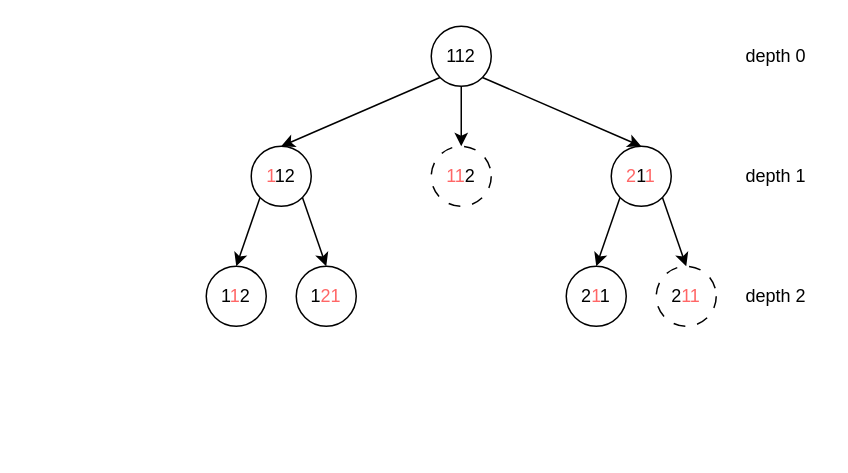
This is page "permutations-ii" (6 of 6) of BackTracking.drawio from HongyuanH/diagrams, a draw.io file, before an edit. Source tidied: cells renumbered, new cells numbered last; positions are measured from the earlier drawing's top-left corner, leaving out a move shared by most shapes. Both pictures are drawn from the tidied source at 150%, with x=0, y=0 at pixel (206, 26).
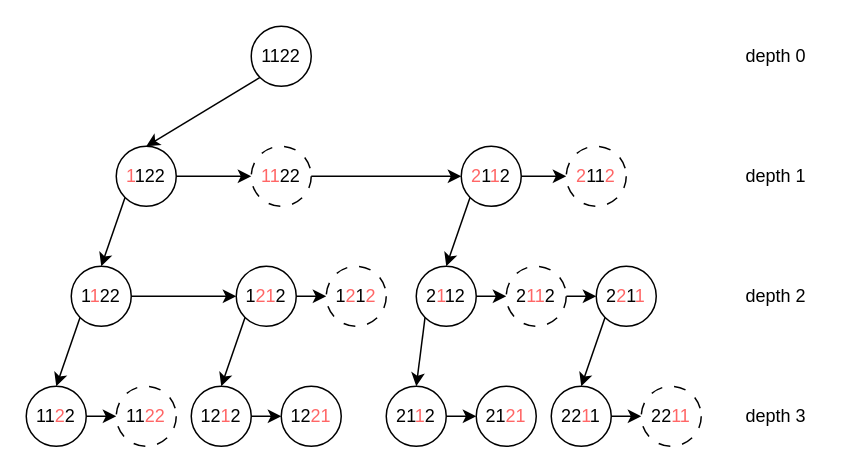
The same diagram, later.

Diff of the diagram source:
```diff
@@
-    <mxCell id="2" style="edgeStyle=none;rounded=0;jettySize=auto;html=1;exitX=0;exitY=1;exitDx=0;exitDy=0;entryX=0.5;entryY=0;entryDx=0;entryDy=0;" parent="1" edge="1" source="4" target="5">
-      <mxGeometry relative="1" as="geometry" />
-    </mxCell>
-    <mxCell id="3" style="edgeStyle=none;rounded=0;jettySize=auto;html=1;exitX=1;exitY=1;exitDx=0;exitDy=0;entryX=0.5;entryY=0;entryDx=0;entryDy=0;" parent="1" edge="1" source="4" target="14">
-      <mxGeometry relative="1" as="geometry" />
-    </mxCell>
-    <mxCell id="4" value="&lt;font color=&quot;#ff6666&quot;&gt;1&lt;/font&gt;12" style="ellipse;whiteSpace=wrap;html=1;" parent="1" vertex="1">
-      <mxGeometry x="30" y="80" width="40" height="40" as="geometry" />
-    </mxCell>
-    <mxCell id="5" value="1&lt;font color=&quot;#ff6666&quot;&gt;1&lt;/font&gt;2" style="ellipse;whiteSpace=wrap;html=1;" parent="1" vertex="1">
-      <mxGeometry y="160" width="40" height="40" as="geometry" />
-    </mxCell>
-    <mxCell id="6" value="&lt;font color=&quot;#ff6666&quot;&gt;11&lt;/font&gt;2" style="ellipse;whiteSpace=wrap;html=1;dashed=1;dashPattern=8 8;" parent="1" vertex="1">
-      <mxGeometry x="150" y="80" width="40" height="40" as="geometry" />
-    </mxCell>
-    <mxCell id="7" style="edgeStyle=none;rounded=0;jettySize=auto;html=1;exitX=0.5;exitY=1;exitDx=0;exitDy=0;entryX=0.5;entryY=0;entryDx=0;entryDy=0;" parent="1" edge="1" source="10" target="6">
-      <mxGeometry relative="1" as="geometry" />
-    </mxCell>
-    <mxCell id="8" style="edgeStyle=none;rounded=0;jettySize=auto;html=1;exitX=0;exitY=1;exitDx=0;exitDy=0;entryX=0.5;entryY=0;entryDx=0;entryDy=0;" parent="1" edge="1" source="10" target="4">
-      <mxGeometry relative="1" as="geometry" />
-    </mxCell>
-    <mxCell id="9" style="edgeStyle=none;rounded=0;jettySize=auto;html=1;exitX=1;exitY=1;exitDx=0;exitDy=0;entryX=0.5;entryY=0;entryDx=0;entryDy=0;" parent="1" edge="1" source="10" target="13">
-      <mxGeometry relative="1" as="geometry" />
-    </mxCell>
-    <mxCell id="10" value="112" style="ellipse;whiteSpace=wrap;html=1;" parent="1" vertex="1">
-      <mxGeometry x="150" width="40" height="40" as="geometry" />
-    </mxCell>
-    <mxCell id="11" style="rounded=0;jettySize=auto;html=1;exitX=0;exitY=1;exitDx=0;exitDy=0;entryX=0.5;entryY=0;entryDx=0;entryDy=0;" parent="1" edge="1" source="13" target="15">
-      <mxGeometry relative="1" as="geometry" />
-    </mxCell>
-    <mxCell id="12" style="rounded=0;jettySize=auto;html=1;exitX=1;exitY=1;exitDx=0;exitDy=0;entryX=0.5;entryY=0;entryDx=0;entryDy=0;" parent="1" edge="1" source="13" target="16">
-      <mxGeometry relative="1" as="geometry" />
-    </mxCell>
-    <mxCell id="13" value="&lt;font color=&quot;#ff6666&quot;&gt;2&lt;/font&gt;1&lt;font color=&quot;#ff6666&quot;&gt;1&lt;/font&gt;" style="ellipse;whiteSpace=wrap;html=1;" parent="1" vertex="1">
-      <mxGeometry x="270" y="80" width="40" height="40" as="geometry" />
-    </mxCell>
-    <mxCell id="14" value="1&lt;font color=&quot;#ff6666&quot;&gt;21&lt;/font&gt;" style="ellipse;whiteSpace=wrap;html=1;" parent="1" vertex="1">
-      <mxGeometry x="60" y="160" width="40" height="40" as="geometry" />
-    </mxCell>
-    <mxCell id="15" value="2&lt;font color=&quot;#ff6666&quot;&gt;1&lt;/font&gt;1" style="ellipse;whiteSpace=wrap;html=1;" parent="1" vertex="1">
-      <mxGeometry x="240" y="160" width="40" height="40" as="geometry" />
-    </mxCell>
-    <mxCell id="16" value="2&lt;font color=&quot;#ff6666&quot;&gt;11&lt;/font&gt;" style="ellipse;whiteSpace=wrap;html=1;dashed=1;dashPattern=8 8;" parent="1" vertex="1">
-      <mxGeometry x="300" y="160" width="40" height="40" as="geometry" />
-    </mxCell>
+    <mxCell id="20" style="edgeStyle=none;rounded=0;jettySize=auto;html=1;exitX=0;exitY=1;exitDx=0;exitDy=0;entryX=0.5;entryY=0;entryDx=0;entryDy=0;" parent="1" edge="1" source="21" target="23">
+      <mxGeometry relative="1" as="geometry" />
+    </mxCell>
+    <mxCell id="21" value="&lt;font color=&quot;#ff6666&quot;&gt;1&lt;/font&gt;122" style="ellipse;whiteSpace=wrap;html=1;" parent="1" vertex="1">
+      <mxGeometry x="-60" y="80" width="40" height="40" as="geometry" />
+    </mxCell>
+    <mxCell id="22" style="edgeStyle=orthogonalEdgeStyle;rounded=0;jettySize=auto;html=1;exitX=1;exitY=0.5;exitDx=0;exitDy=0;entryX=0;entryY=0.5;entryDx=0;entryDy=0;" parent="1" edge="1" source="23" target="38">
+      <mxGeometry relative="1" as="geometry" />
+    </mxCell>
+    <mxCell id="23" value="1&lt;font color=&quot;#ff6666&quot;&gt;1&lt;/font&gt;22" style="ellipse;whiteSpace=wrap;html=1;" parent="1" vertex="1">
+      <mxGeometry x="-90" y="160" width="40" height="40" as="geometry" />
+    </mxCell>
+    <mxCell id="24" value="&lt;font color=&quot;#ff6666&quot;&gt;11&lt;/font&gt;22" style="ellipse;whiteSpace=wrap;html=1;dashed=1;dashPattern=8 8;" parent="1" vertex="1">
+      <mxGeometry x="30" y="80" width="40" height="40" as="geometry" />
+    </mxCell>
+    <mxCell id="25" style="edgeStyle=none;rounded=0;jettySize=auto;html=1;exitX=1;exitY=0.5;exitDx=0;exitDy=0;entryX=0;entryY=0.5;entryDx=0;entryDy=0;" parent="1" edge="1" source="21" target="24">
+      <mxGeometry relative="1" as="geometry" />
+    </mxCell>
+    <mxCell id="26" style="edgeStyle=none;rounded=0;jettySize=auto;html=1;exitX=0;exitY=1;exitDx=0;exitDy=0;entryX=0.5;entryY=0;entryDx=0;entryDy=0;" parent="1" edge="1" source="28" target="21">
+      <mxGeometry relative="1" as="geometry" />
+    </mxCell>
+    <mxCell id="27" style="edgeStyle=none;rounded=0;jettySize=auto;html=1;exitX=1;exitY=0.5;exitDx=0;exitDy=0;entryX=0;entryY=0.5;entryDx=0;entryDy=0;" parent="1" edge="1" source="24" target="30">
+      <mxGeometry relative="1" as="geometry" />
+    </mxCell>
+    <mxCell id="28" value="1122" style="ellipse;whiteSpace=wrap;html=1;" parent="1" vertex="1">
+      <mxGeometry x="30" width="40" height="40" as="geometry" />
+    </mxCell>
+    <mxCell id="29" style="edgeStyle=orthogonalEdgeStyle;rounded=0;jettySize=auto;html=1;exitX=1;exitY=0.5;exitDx=0;exitDy=0;entryX=0;entryY=0.5;entryDx=0;entryDy=0;" parent="1" edge="1" source="30" target="31">
+      <mxGeometry relative="1" as="geometry" />
+    </mxCell>
+    <mxCell id="30" value="&lt;font color=&quot;#ff6666&quot;&gt;2&lt;/font&gt;1&lt;font color=&quot;#ff6666&quot;&gt;1&lt;/font&gt;2" style="ellipse;whiteSpace=wrap;html=1;" parent="1" vertex="1">
+      <mxGeometry x="170" y="80" width="40" height="40" as="geometry" />
+    </mxCell>
@@
+    <mxCell id="31" value="&lt;font color=&quot;#ff6666&quot;&gt;2&lt;/font&gt;11&lt;font color=&quot;#ff6666&quot;&gt;2&lt;/font&gt;" style="ellipse;whiteSpace=wrap;html=1;dashed=1;dashPattern=8 8;" parent="1" vertex="1">
+      <mxGeometry x="240" y="80" width="40" height="40" as="geometry" />
+    </mxCell>
+    <mxCell id="32" style="edgeStyle=orthogonalEdgeStyle;rounded=0;jettySize=auto;html=1;exitX=1;exitY=0.5;exitDx=0;exitDy=0;entryX=0;entryY=0.5;entryDx=0;entryDy=0;" parent="1" edge="1" source="33" target="34">
+      <mxGeometry relative="1" as="geometry" />
+    </mxCell>
+    <mxCell id="33" value="11&lt;font color=&quot;#ff6666&quot;&gt;2&lt;/font&gt;2" style="ellipse;whiteSpace=wrap;html=1;" parent="1" vertex="1">
+      <mxGeometry x="-120" y="240" width="40" height="40" as="geometry" />
+    </mxCell>
+    <mxCell id="34" value="11&lt;font color=&quot;#ff6666&quot;&gt;22&lt;/font&gt;" style="ellipse;whiteSpace=wrap;html=1;dashed=1;dashPattern=8 8;" parent="1" vertex="1">
+      <mxGeometry x="-60" y="240" width="40" height="40" as="geometry" />
+    </mxCell>
+    <mxCell id="35" value="depth 3" style="text;html=1;strokeColor=none;fillColor=none;align=center;verticalAlign=middle;whiteSpace=wrap;rounded=0;" parent="1" vertex="1">
+      <mxGeometry x="350" y="245" width="60" height="30" as="geometry" />
+    </mxCell>
+    <mxCell id="36" style="edgeStyle=none;rounded=0;jettySize=auto;html=1;exitX=0;exitY=1;exitDx=0;exitDy=0;entryX=0.5;entryY=0;entryDx=0;entryDy=0;" parent="1" edge="1" source="23" target="33">
+      <mxGeometry relative="1" as="geometry" />
+    </mxCell>
+    <mxCell id="37" style="edgeStyle=orthogonalEdgeStyle;rounded=0;jettySize=auto;html=1;exitX=1;exitY=0.5;exitDx=0;exitDy=0;entryX=0;entryY=0.5;entryDx=0;entryDy=0;" parent="1" edge="1" source="38" target="50">
+      <mxGeometry relative="1" as="geometry" />
+    </mxCell>
+    <mxCell id="38" value="1&lt;font color=&quot;#ff6666&quot;&gt;21&lt;/font&gt;2" style="ellipse;whiteSpace=wrap;html=1;" parent="1" vertex="1">
+      <mxGeometry x="20" y="160" width="40" height="40" as="geometry" />
+    </mxCell>
+    <mxCell id="39" style="edgeStyle=orthogonalEdgeStyle;rounded=0;jettySize=auto;html=1;exitX=1;exitY=0.5;exitDx=0;exitDy=0;entryX=0;entryY=0.5;entryDx=0;entryDy=0;" parent="1" edge="1" source="40" target="41">
+      <mxGeometry relative="1" as="geometry" />
+    </mxCell>
+    <mxCell id="40" value="12&lt;font color=&quot;#ff6666&quot;&gt;1&lt;/font&gt;2" style="ellipse;whiteSpace=wrap;html=1;" parent="1" vertex="1">
+      <mxGeometry x="-10" y="240" width="40" height="40" as="geometry" />
+    </mxCell>
+    <mxCell id="41" value="12&lt;font color=&quot;#ff6666&quot;&gt;21&lt;/font&gt;" style="ellipse;whiteSpace=wrap;html=1;" parent="1" vertex="1">
+      <mxGeometry x="50" y="240" width="40" height="40" as="geometry" />
+    </mxCell>
+    <mxCell id="42" style="edgeStyle=none;rounded=0;jettySize=auto;html=1;exitX=0;exitY=1;exitDx=0;exitDy=0;entryX=0.5;entryY=0;entryDx=0;entryDy=0;" parent="1" edge="1" source="38" target="40">
+      <mxGeometry relative="1" as="geometry" />
+    </mxCell>
+    <mxCell id="43" style="edgeStyle=orthogonalEdgeStyle;rounded=0;jettySize=auto;html=1;exitX=1;exitY=0.5;exitDx=0;exitDy=0;entryX=0;entryY=0.5;entryDx=0;entryDy=0;" parent="1" edge="1" source="44" target="52">
+      <mxGeometry relative="1" as="geometry" />
+    </mxCell>
+    <mxCell id="44" value="2&lt;font color=&quot;#ff6666&quot;&gt;1&lt;/font&gt;12" style="ellipse;whiteSpace=wrap;html=1;" parent="1" vertex="1">
+      <mxGeometry x="140" y="160" width="40" height="40" as="geometry" />
+    </mxCell>
+    <mxCell id="45" style="edgeStyle=orthogonalEdgeStyle;rounded=0;jettySize=auto;html=1;exitX=1;exitY=0.5;exitDx=0;exitDy=0;entryX=0;entryY=0.5;entryDx=0;entryDy=0;" parent="1" edge="1" source="46" target="49">
+      <mxGeometry relative="1" as="geometry" />
+    </mxCell>
+    <mxCell id="46" value="21&lt;font color=&quot;#ff6666&quot;&gt;1&lt;/font&gt;2" style="ellipse;whiteSpace=wrap;html=1;" parent="1" vertex="1">
+      <mxGeometry x="120" y="240" width="40" height="40" as="geometry" />
+    </mxCell>
+    <mxCell id="47" style="edgeStyle=none;rounded=0;jettySize=auto;html=1;exitX=0;exitY=1;exitDx=0;exitDy=0;entryX=0.5;entryY=0;entryDx=0;entryDy=0;" parent="1" edge="1" source="44" target="46">
+      <mxGeometry relative="1" as="geometry" />
+    </mxCell>
+    <mxCell id="48" style="edgeStyle=none;rounded=0;jettySize=auto;html=1;exitX=0;exitY=1;exitDx=0;exitDy=0;entryX=0.5;entryY=0;entryDx=0;entryDy=0;" parent="1" edge="1" source="30" target="44">
+      <mxGeometry relative="1" as="geometry" />
+    </mxCell>
+    <mxCell id="49" value="21&lt;font color=&quot;#ff6666&quot;&gt;21&lt;/font&gt;" style="ellipse;whiteSpace=wrap;html=1;" parent="1" vertex="1">
+      <mxGeometry x="180" y="240" width="40" height="40" as="geometry" />
+    </mxCell>
+    <mxCell id="50" value="1&lt;font color=&quot;#ff6666&quot;&gt;2&lt;/font&gt;1&lt;font color=&quot;#ff6666&quot;&gt;2&lt;/font&gt;" style="ellipse;whiteSpace=wrap;html=1;dashed=1;dashPattern=8 8;" parent="1" vertex="1">
+      <mxGeometry x="80" y="160" width="40" height="40" as="geometry" />
+    </mxCell>
+    <mxCell id="51" style="edgeStyle=orthogonalEdgeStyle;rounded=0;jettySize=auto;html=1;exitX=1;exitY=0.5;exitDx=0;exitDy=0;entryX=0;entryY=0.5;entryDx=0;entryDy=0;" parent="1" edge="1" source="52" target="53">
+      <mxGeometry relative="1" as="geometry" />
+    </mxCell>
+    <mxCell id="52" value="2&lt;font color=&quot;#ff6666&quot;&gt;11&lt;/font&gt;2" style="ellipse;whiteSpace=wrap;html=1;strokeColor=default;dashed=1;dashPattern=8 8;" parent="1" vertex="1">
+      <mxGeometry x="200" y="160" width="40" height="40" as="geometry" />
+    </mxCell>
+    <mxCell id="53" value="2&lt;font color=&quot;#ff6666&quot;&gt;2&lt;/font&gt;1&lt;font color=&quot;#ff6666&quot;&gt;1&lt;/font&gt;" style="ellipse;whiteSpace=wrap;html=1;" parent="1" vertex="1">
+      <mxGeometry x="260" y="160" width="40" height="40" as="geometry" />
+    </mxCell>
+    <mxCell id="54" style="edgeStyle=orthogonalEdgeStyle;rounded=0;jettySize=auto;html=1;exitX=1;exitY=0.5;exitDx=0;exitDy=0;entryX=0;entryY=0.5;entryDx=0;entryDy=0;" parent="1" edge="1" source="55" target="56">
+      <mxGeometry relative="1" as="geometry" />
+    </mxCell>
+    <mxCell id="55" value="22&lt;font color=&quot;#ff6666&quot;&gt;1&lt;/font&gt;1" style="ellipse;whiteSpace=wrap;html=1;" parent="1" vertex="1">
+      <mxGeometry x="230" y="240" width="40" height="40" as="geometry" />
+    </mxCell>
+    <mxCell id="56" value="22&lt;font color=&quot;#ff6666&quot;&gt;11&lt;/font&gt;" style="ellipse;whiteSpace=wrap;html=1;dashed=1;dashPattern=8 8;" parent="1" vertex="1">
+      <mxGeometry x="290" y="240" width="40" height="40" as="geometry" />
+    </mxCell>
+    <mxCell id="57" style="edgeStyle=none;rounded=0;jettySize=auto;html=1;exitX=0;exitY=1;exitDx=0;exitDy=0;entryX=0.5;entryY=0;entryDx=0;entryDy=0;" parent="1" edge="1" source="53" target="55">
+      <mxGeometry relative="1" as="geometry" />
+    </mxCell>
```
